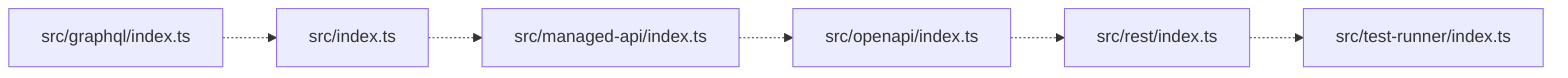
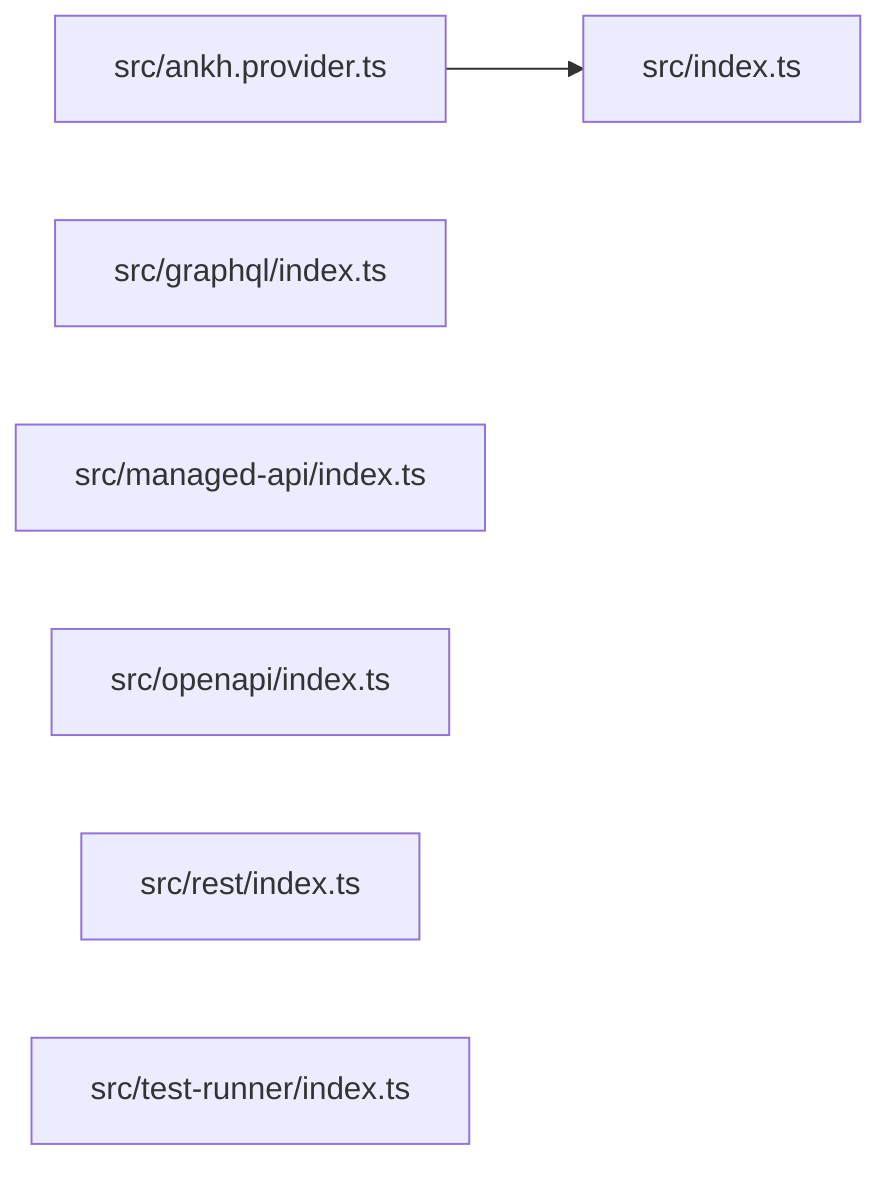
graph LR
+   module_src_ankh_provider_ts["src/ankh.provider.ts"]
  module_src_graphql_index_ts["src/graphql/index.ts"]
  module_src_index_ts["src/index.ts"]
  module_src_managed_api_index_ts["src/managed-api/index.ts"]
  module_src_openapi_index_ts["src/openapi/index.ts"]
  module_src_rest_index_ts["src/rest/index.ts"]
  module_src_test_runner_index_ts["src/test-runner/index.ts"]
-   module_src_graphql_index_ts -.-> module_src_index_ts
-   module_src_index_ts -.-> module_src_managed_api_index_ts
-   module_src_managed_api_index_ts -.-> module_src_openapi_index_ts
-   module_src_openapi_index_ts -.-> module_src_rest_index_ts
-   module_src_rest_index_ts -.-> module_src_test_runner_index_ts
+   module_src_ankh_provider_ts --> module_src_index_ts
